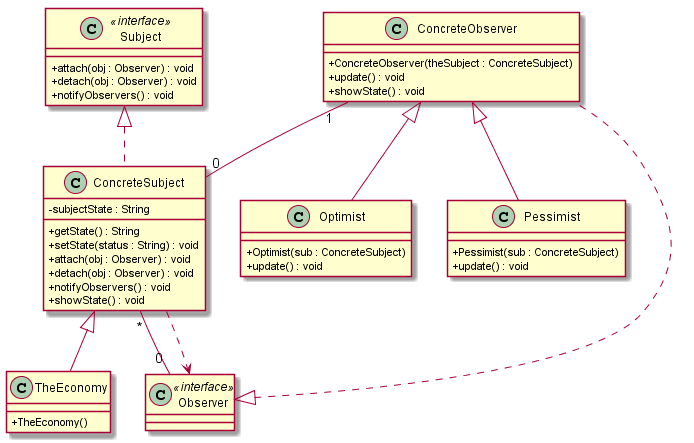
The PlantUML diagram UML parser/output.png in DhirajGurnani/umlparsercmpe202, before a commit.
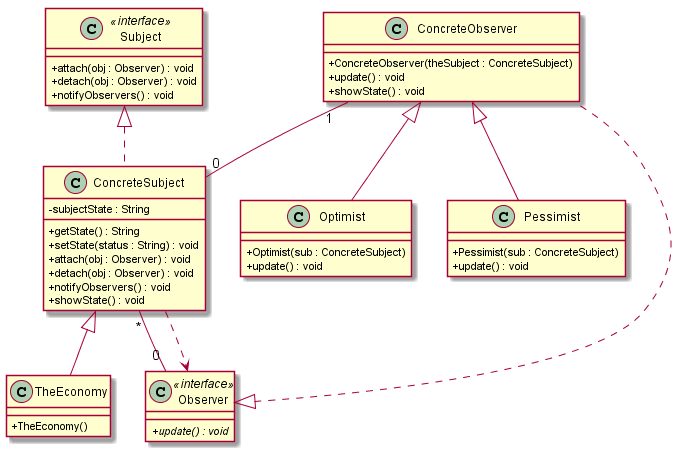
After the commit.

The edit, as a diff of the source:
```diff
@@ -20,6 +20,7 @@
 + showState() : void
 }
 class Observer <<interface>>  {
+{abstract} + update() : void
 }
 ConcreteObserver  ^-- Optimist
 class Optimist {
```
